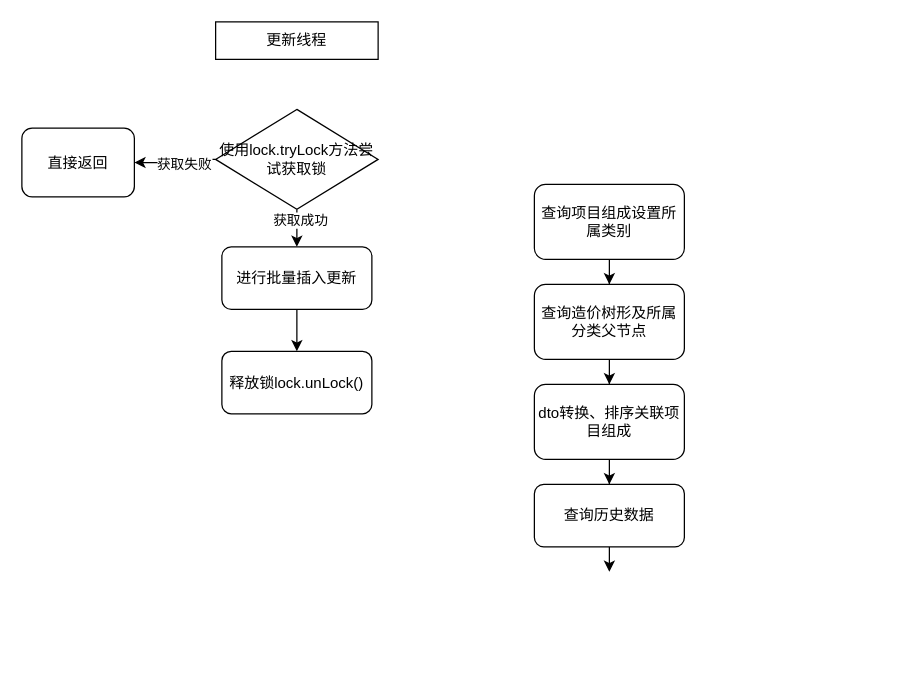
Above: draw.io/Redis获取锁逻辑.drawio in KeatonLi/pictures (draw.io), before the change. Source tidied: cells renumbered, new cells numbered last; positions are measured from the earlier drawing's top-left corner, leaving out a move shared by most shapes. Both pictures are drawn from the tidied source at 125%, with x=0, y=0 at pixel (21, 21).
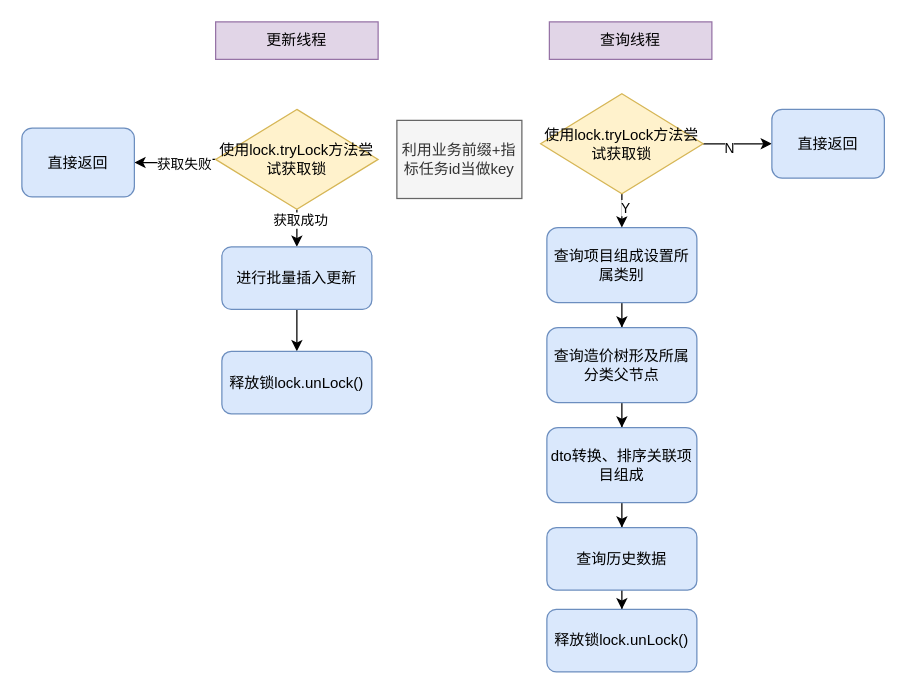
The same diagram, later.

Commit message (it also covers changes not shown here):
更新Redis获取锁逻辑.drawio

What changed in the source:
```diff
@@
-    <mxCell id="2" value="更新线程" style="rounded=0;whiteSpace=wrap;html=1;" parent="1" vertex="1">
+    <mxCell id="2" value="更新线程" style="rounded=0;whiteSpace=wrap;html=1;fillColor=#e1d5e7;strokeColor=#9673a6;" parent="1" vertex="1">
       <mxGeometry x="155" width="130" height="30" as="geometry" />
     </mxCell>
@@
-    <mxCell id="7" value="使用lock.tryLock方法尝试获取锁" style="rhombus;whiteSpace=wrap;html=1;" parent="1" vertex="1">
+    <mxCell id="7" value="使用lock.tryLock方法尝试获取锁" style="rhombus;whiteSpace=wrap;html=1;fillColor=#fff2cc;strokeColor=#d6b656;" parent="1" vertex="1">
       <mxGeometry x="155" y="70" width="130" height="80" as="geometry" />
     </mxCell>
@@
-    <mxCell id="9" value="进行批量插入更新" style="rounded=1;whiteSpace=wrap;html=1;" parent="1" vertex="1">
+    <mxCell id="9" value="进行批量插入更新" style="rounded=1;whiteSpace=wrap;html=1;fillColor=#dae8fc;strokeColor=#6c8ebf;" parent="1" vertex="1">
       <mxGeometry x="160" y="180" width="120" height="50" as="geometry" />
     </mxCell>
-    <mxCell id="10" value="释放锁lock.unLock()" style="rounded=1;whiteSpace=wrap;html=1;" parent="1" vertex="1">
+    <mxCell id="10" value="释放锁lock.unLock()" style="rounded=1;whiteSpace=wrap;html=1;fillColor=#dae8fc;strokeColor=#6c8ebf;" parent="1" vertex="1">
       <mxGeometry x="160" y="263.5" width="120" height="50" as="geometry" />
     </mxCell>
@@
-    <mxCell id="12" value="查询项目组成设置所属类别" style="rounded=1;whiteSpace=wrap;html=1;" parent="1" vertex="1">
-      <mxGeometry x="410" y="130" width="120" height="60" as="geometry" />
+    <mxCell id="12" value="查询项目组成设置所属类别" style="rounded=1;whiteSpace=wrap;html=1;fillColor=#dae8fc;strokeColor=#6c8ebf;" parent="1" vertex="1">
+      <mxGeometry x="420" y="164.5" width="120" height="60" as="geometry" />
     </mxCell>
@@
-    <mxCell id="14" value="查询造价树形及所属分类父节点" style="rounded=1;whiteSpace=wrap;html=1;" parent="1" vertex="1">
-      <mxGeometry x="410" y="210" width="120" height="60" as="geometry" />
+    <mxCell id="14" value="查询造价树形及所属分类父节点" style="rounded=1;whiteSpace=wrap;html=1;fillColor=#dae8fc;strokeColor=#6c8ebf;" parent="1" vertex="1">
+      <mxGeometry x="420" y="244.5" width="120" height="60" as="geometry" />
     </mxCell>
@@
-    <mxCell id="16" value="dto转换、排序关联项目组成" style="rounded=1;whiteSpace=wrap;html=1;" parent="1" vertex="1">
-      <mxGeometry x="410" y="290" width="120" height="60" as="geometry" />
+    <mxCell id="16" value="dto转换、排序关联项目组成" style="rounded=1;whiteSpace=wrap;html=1;fillColor=#dae8fc;strokeColor=#6c8ebf;" parent="1" vertex="1">
+      <mxGeometry x="420" y="324.5" width="120" height="60" as="geometry" />
     </mxCell>
-    <mxCell id="17" style="edgeStyle=orthogonalEdgeStyle;rounded=0;jettySize=auto;html=1;entryX=0.5;entryY=0;entryDx=0;entryDy=0;" parent="1" edge="1" source="18">
-      <mxGeometry relative="1" as="geometry">
-        <mxPoint x="470" y="440" as="targetPoint" />
-      </mxGeometry>
+    <mxCell id="17" style="edgeStyle=orthogonalEdgeStyle;rounded=0;jettySize=auto;html=1;entryX=0.5;entryY=0;entryDx=0;entryDy=0;" parent="1" edge="1" source="18" target="28">
+      <mxGeometry relative="1" as="geometry" />
     </mxCell>
-    <mxCell id="18" value="查询历史数据" style="rounded=1;whiteSpace=wrap;html=1;" parent="1" vertex="1">
-      <mxGeometry x="410" y="370" width="120" height="50" as="geometry" />
+    <mxCell id="18" value="查询历史数据" style="rounded=1;whiteSpace=wrap;html=1;fillColor=#dae8fc;strokeColor=#6c8ebf;" parent="1" vertex="1">
+      <mxGeometry x="420" y="404.5" width="120" height="50" as="geometry" />
     </mxCell>
-    <mxCell id="19" value="直接返回" style="rounded=1;whiteSpace=wrap;html=1;" parent="1" vertex="1">
+    <mxCell id="19" value="直接返回" style="rounded=1;whiteSpace=wrap;html=1;fillColor=#dae8fc;strokeColor=#6c8ebf;" parent="1" vertex="1">
       <mxGeometry y="85" width="90" height="55" as="geometry" />
     </mxCell>
+    <mxCell id="20" value="查询线程" style="rounded=0;whiteSpace=wrap;html=1;fillColor=#e1d5e7;strokeColor=#9673a6;" parent="1" vertex="1">
+      <mxGeometry x="422" width="130" height="30" as="geometry" />
+    </mxCell>
+    <mxCell id="21" value="利用业务前缀+指标任务id当做key" style="rounded=0;whiteSpace=wrap;html=1;fillColor=#f5f5f5;fontColor=#333333;strokeColor=#666666;" parent="1" vertex="1">
+      <mxGeometry x="300" y="78.8" width="100" height="62.5" as="geometry" />
+    </mxCell>
+    <mxCell id="22" style="edgeStyle=orthogonalEdgeStyle;rounded=0;jettySize=auto;html=1;" parent="1" edge="1" source="26" target="12">
+      <mxGeometry relative="1" as="geometry" />
+    </mxCell>
+    <mxCell id="23" value="Y" style="edgeLabel;html=1;align=center;verticalAlign=middle;" parent="22" vertex="1">
+      <mxGeometry x="0.34" y="2" relative="1" as="geometry">
+        <mxPoint y="1" as="offset" />
+      </mxGeometry>
+    </mxCell>
+    <mxCell id="24" style="edgeStyle=orthogonalEdgeStyle;rounded=0;jettySize=auto;html=1;entryX=0;entryY=0.5;entryDx=0;entryDy=0;" parent="1" edge="1" source="26" target="27">
+      <mxGeometry relative="1" as="geometry" />
+    </mxCell>
+    <mxCell id="25" value="N" style="edgeLabel;html=1;align=center;verticalAlign=middle;" parent="24" vertex="1">
+      <mxGeometry x="-0.27" y="-2" relative="1" as="geometry">
+        <mxPoint y="1" as="offset" />
+      </mxGeometry>
+    </mxCell>
+    <mxCell id="26" value="使用lock.tryLock方法尝试获取锁" style="rhombus;whiteSpace=wrap;html=1;fillColor=#fff2cc;strokeColor=#d6b656;" parent="1" vertex="1">
+      <mxGeometry x="415" y="57.5" width="130" height="80" as="geometry" />
+    </mxCell>
+    <mxCell id="27" value="直接返回" style="rounded=1;whiteSpace=wrap;html=1;fillColor=#dae8fc;strokeColor=#6c8ebf;" parent="1" vertex="1">
+      <mxGeometry x="600" y="70" width="90" height="55" as="geometry" />
+    </mxCell>
+    <mxCell id="28" value="释放锁lock.unLock()" style="rounded=1;whiteSpace=wrap;html=1;fillColor=#dae8fc;strokeColor=#6c8ebf;" parent="1" vertex="1">
+      <mxGeometry x="420" y="470" width="120" height="50" as="geometry" />
+    </mxCell>
```
